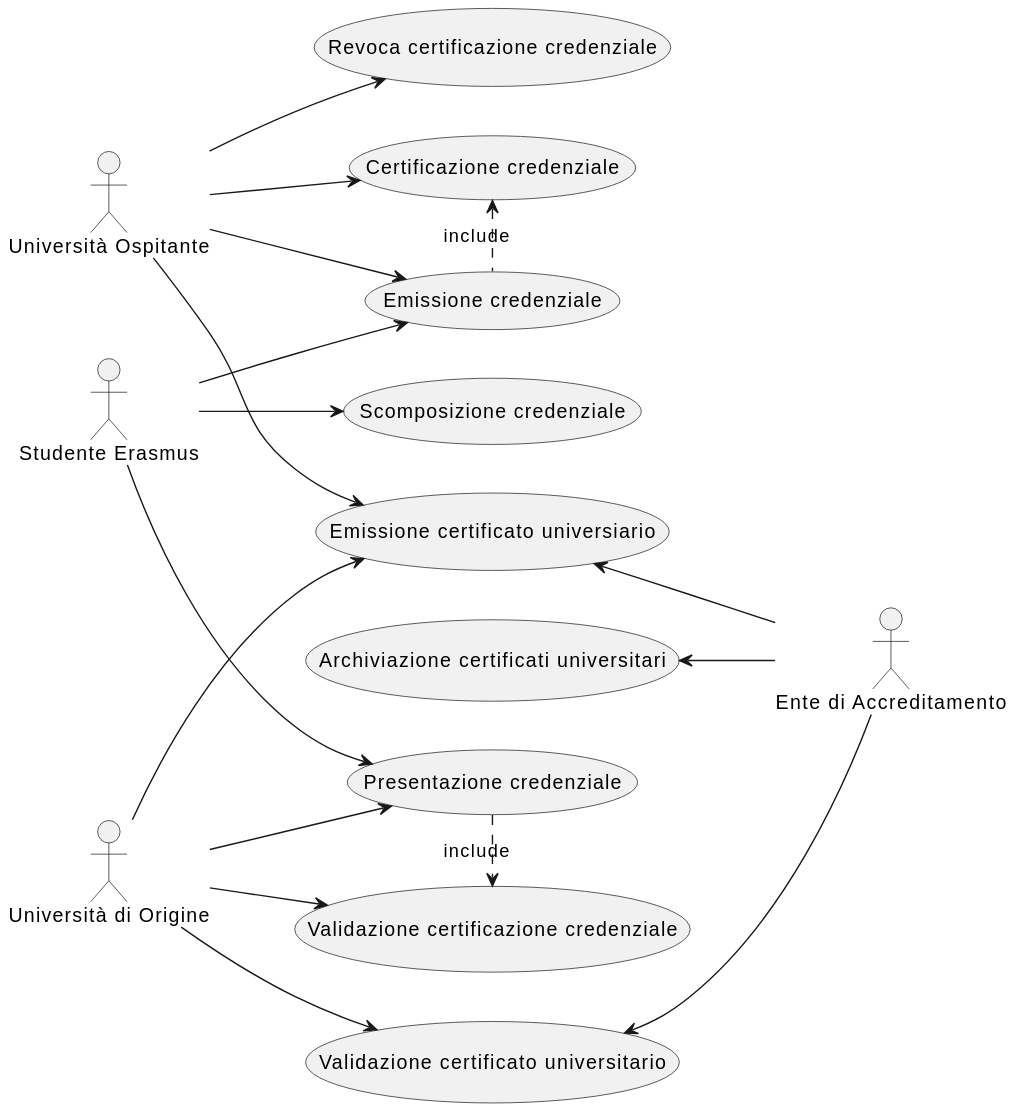
Earlier version of the PlantUML export usecase_1.svg (Dacu02/APS_project_G9).
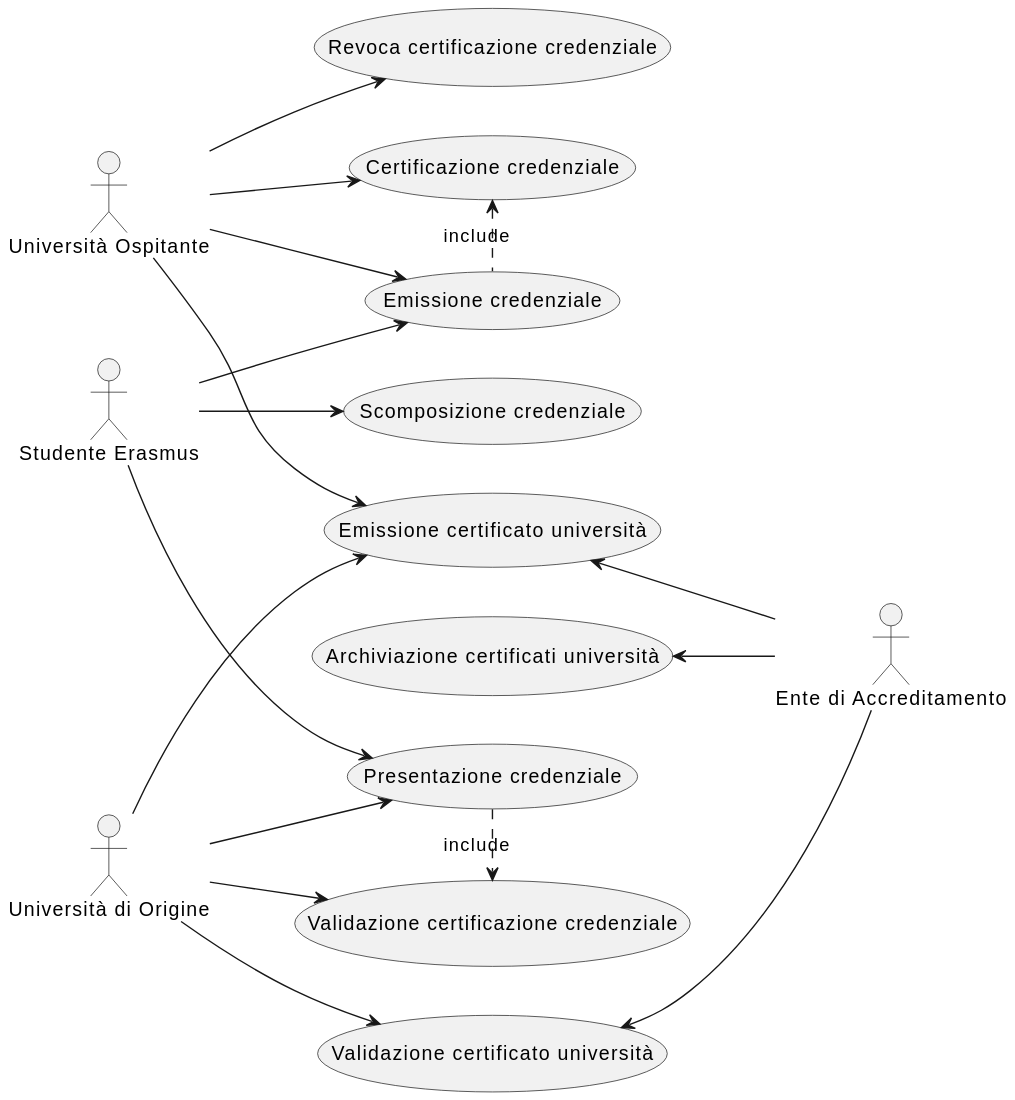
The same diagram one commit later.

Commit message:
usecase nuovo

Diff of the diagram source:
```diff
@@ -11,9 +11,9 @@
 (Validazione certificazione credenziale) as valid
 (Scomposizione credenziale) as subs
 (Revoca certificazione credenziale) as revoc
-(Emissione certificato universiario) as UCertif
-(Archiviazione certificati universitari) as UArchiv
-(Validazione certificato universitario) as UValid
+(Emissione certificato università) as UCertif
+(Archiviazione certificati università) as UArchiv
+(Validazione certificato università) as UValid
 
 
 UValid <-- :CA:
```
